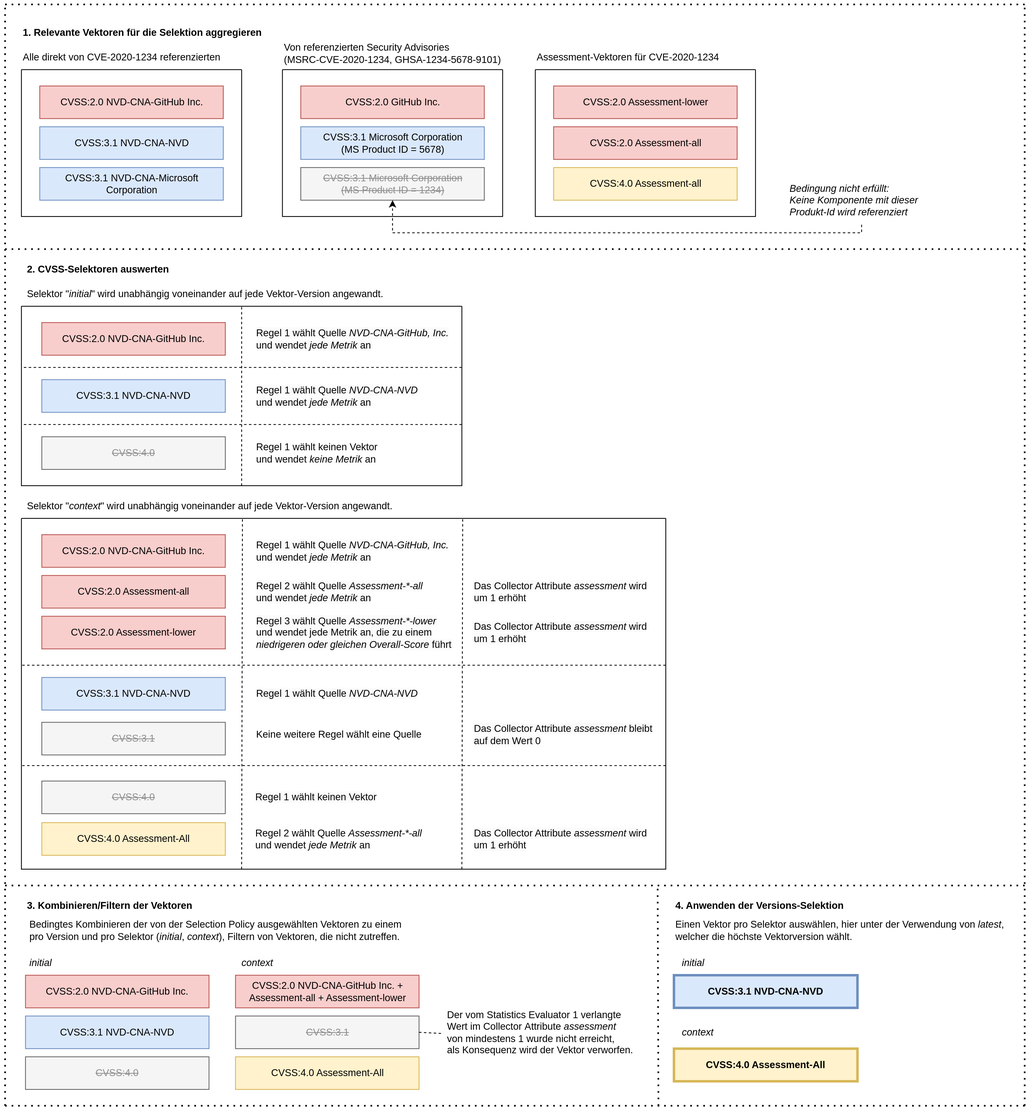
Before: res/grafiken/cvss-selection-process-selection.svg, a diagram exported from draw.io (YanWittmann/hsma-praxissemesterbericht-WS2023-24). Source tidied: cells renumbered, new cells last; positions are measured from the earlier drawing's top-left corner, leaving out a move shared by most shapes.
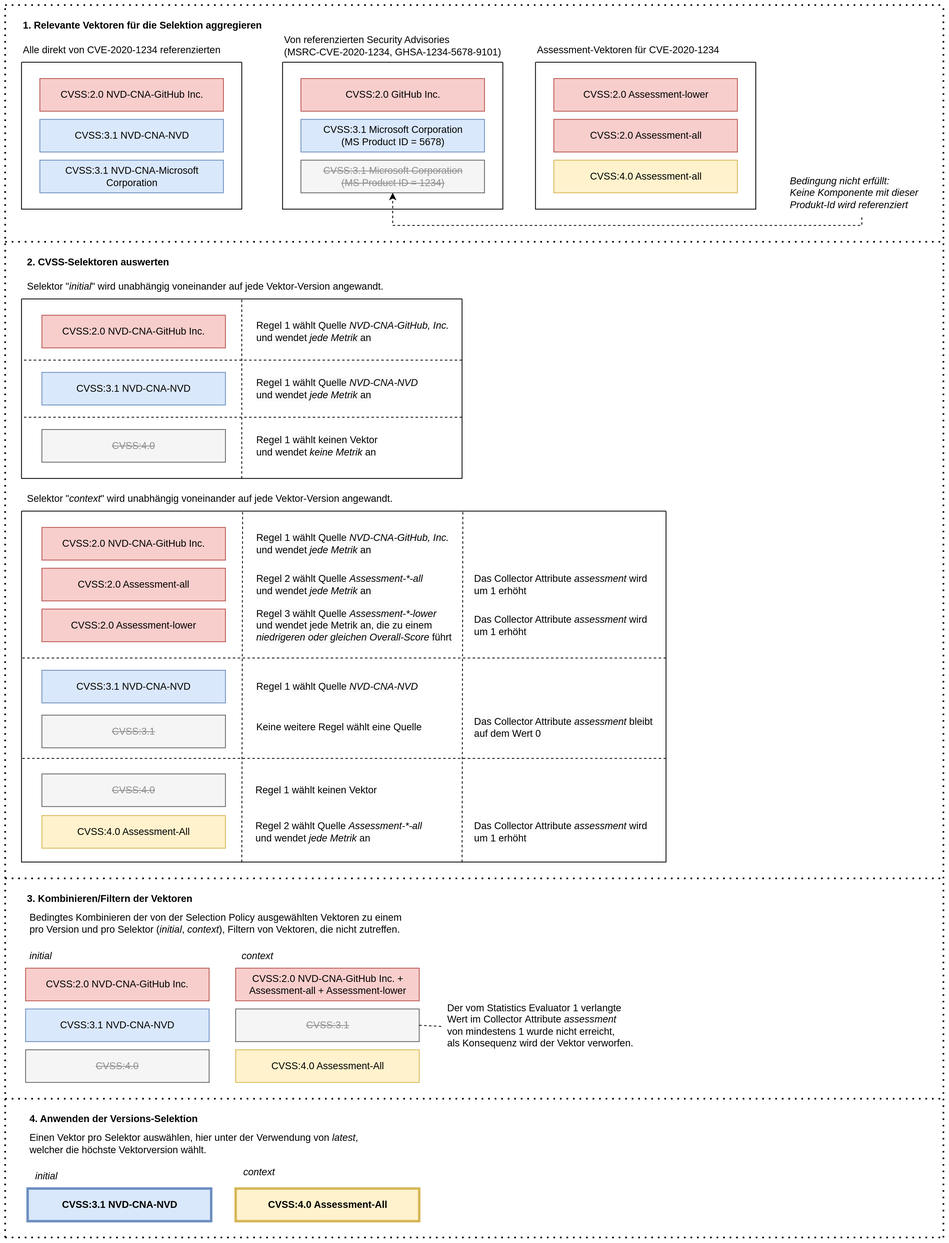
Above is the later version.

The edit, as a diff of the source:
```diff
@@ -226,64 +226,64 @@
       <mxGeometry x="27.5" y="1120" width="485" height="30" as="geometry" />
     </mxCell>
     <mxCell id="68" value="&lt;span style=&quot;text-wrap: nowrap;&quot;&gt;4. Anwenden der Versions-Selektion&lt;/span&gt;" style="text;whiteSpace=wrap;html=1;verticalAlign=middle;fontStyle=1;" parent="1" vertex="1">
-      <mxGeometry x="820" y="1090" width="290" height="30" as="geometry" />
+      <mxGeometry x="27.5" y="1360" width="290" height="30" as="geometry" />
     </mxCell>
     <mxCell id="69" value="&lt;span style=&quot;text-wrap: nowrap;&quot;&gt;Einen Vektor pro Selektor auswählen, hier unter der Verwendung von &lt;i&gt;latest&lt;/i&gt;,&lt;/span&gt;&lt;div&gt;&lt;span style=&quot;text-wrap: nowrap; background-color: initial;&quot;&gt;welcher &lt;/span&gt;&lt;span style=&quot;background-color: initial; text-wrap: nowrap;&quot;&gt;die höchste Vektorversion wählt.&lt;/span&gt;&lt;/div&gt;" style="text;whiteSpace=wrap;html=1;verticalAlign=middle;" parent="1" vertex="1">
-      <mxGeometry x="820" y="1120" width="410" height="30" as="geometry" />
+      <mxGeometry x="27.5" y="1390" width="410" height="30" as="geometry" />
     </mxCell>
     <mxCell id="70" value="CVSS:3.1 NVD-CNA-NVD" style="rounded=0;whiteSpace=wrap;html=1;hachureGap=4;fontFamily=Helvetica;fillColor=#dae8fc;strokeColor=#6c8ebf;fontStyle=1;strokeWidth=3;" parent="1" vertex="1">
-      <mxGeometry x="820" y="1190" width="225" height="40" as="geometry" />
+      <mxGeometry x="27.5" y="1460" width="225" height="40" as="geometry" />
     </mxCell>
     <mxCell id="71" value="CVSS:4.0 Assessment-All" style="rounded=0;whiteSpace=wrap;html=1;hachureGap=4;fontFamily=Helvetica;fillColor=#fff2cc;strokeColor=#d6b656;fontStyle=1;strokeWidth=3;" parent="1" vertex="1">
-      <mxGeometry x="820" y="1280" width="225" height="40" as="geometry" />
+      <mxGeometry x="282.5" y="1460" width="225" height="40" as="geometry" />
     </mxCell>
     <mxCell id="72" value="&lt;span style=&quot;text-wrap: nowrap;&quot;&gt;&lt;i&gt;initial&lt;/i&gt;&lt;/span&gt;" style="text;whiteSpace=wrap;html=1;verticalAlign=middle;" parent="1" vertex="1">
-      <mxGeometry x="827.5" y="1160" width="55" height="30" as="geometry" />
+      <mxGeometry x="35" y="1430" width="55" height="30" as="geometry" />
     </mxCell>
     <mxCell id="73" value="&lt;span style=&quot;text-wrap: nowrap;&quot;&gt;&lt;i&gt;context&lt;/i&gt;&lt;/span&gt;" style="text;whiteSpace=wrap;html=1;verticalAlign=middle;" parent="1" vertex="1">
-      <mxGeometry x="827.5" y="1245" width="55" height="30" as="geometry" />
+      <mxGeometry x="290" y="1425" width="55" height="30" as="geometry" />
     </mxCell>
     <mxCell id="74" style="endArrow=none;dashed=1;html=1;dashPattern=1 3;strokeWidth=2;rounded=0;" parent="1" edge="1">
       <mxGeometry relative="1" as="geometry">
-        <mxPoint y="1350" as="sourcePoint" />
-        <mxPoint as="targetPoint" />
+        <mxPoint y="1520" as="sourcePoint" />
+        <mxPoint y="10" as="targetPoint" />
       </mxGeometry>
     </mxCell>
     <mxCell id="75" style="endArrow=none;dashed=1;html=1;dashPattern=1 3;strokeWidth=2;rounded=0;" parent="1" edge="1">
       <mxGeometry relative="1" as="geometry">
-        <mxPoint x="1250" y="1350" as="sourcePoint" />
-        <mxPoint x="1250" as="targetPoint" />
+        <mxPoint x="1150" y="1520" as="sourcePoint" />
+        <mxPoint x="1150" y="10" as="targetPoint" />
       </mxGeometry>
     </mxCell>
     <mxCell id="76" style="endArrow=none;dashed=1;html=1;dashPattern=1 3;strokeWidth=2;rounded=0;" parent="1" edge="1">
       <mxGeometry relative="1" as="geometry">
-        <mxPoint as="sourcePoint" />
-        <mxPoint x="1250" as="targetPoint" />
+        <mxPoint y="10" as="sourcePoint" />
+        <mxPoint x="1150" y="10" as="targetPoint" />
       </mxGeometry>
     </mxCell>
     <mxCell id="77" style="endArrow=none;dashed=1;html=1;dashPattern=1 3;strokeWidth=2;rounded=0;" parent="1" edge="1">
       <mxGeometry relative="1" as="geometry">
         <mxPoint y="300" as="sourcePoint" />
-        <mxPoint x="1250" y="300" as="targetPoint" />
+        <mxPoint x="1150" y="300" as="targetPoint" />
       </mxGeometry>
     </mxCell>
     <mxCell id="78" style="endArrow=none;dashed=1;html=1;dashPattern=1 3;strokeWidth=2;rounded=0;" parent="1" edge="1">
       <mxGeometry relative="1" as="geometry">
         <mxPoint y="1080" as="sourcePoint" />
-        <mxPoint x="1250" y="1080" as="targetPoint" />
+        <mxPoint x="1150" y="1080" as="targetPoint" />
       </mxGeometry>
     </mxCell>
     <mxCell id="79" style="endArrow=none;dashed=1;html=1;dashPattern=1 3;strokeWidth=2;rounded=0;" parent="1" edge="1">
       <mxGeometry relative="1" as="geometry">
         <mxPoint y="1350" as="sourcePoint" />
-        <mxPoint x="1250" y="1350" as="targetPoint" />
+        <mxPoint x="1150" y="1350" as="targetPoint" />
       </mxGeometry>
     </mxCell>
-    <mxCell id="80" style="endArrow=none;dashed=1;html=1;dashPattern=1 3;strokeWidth=2;rounded=0;" parent="1" edge="1">
-      <mxGeometry relative="1" as="geometry">
-        <mxPoint x="801" y="1350" as="sourcePoint" />
-        <mxPoint x="800" y="1080" as="targetPoint" />
-      </mxGeometry>
-    </mxCell>
+    <mxCell id="81" style="endArrow=none;dashed=1;html=1;dashPattern=1 3;strokeWidth=2;rounded=0;" parent="1" edge="1">
+      <mxGeometry relative="1" as="geometry">
+        <mxPoint y="1520" as="sourcePoint" />
+        <mxPoint x="1150" y="1520" as="targetPoint" />
+      </mxGeometry>
+    </mxCell>
   </root>
 </mxGraphModel>
```
